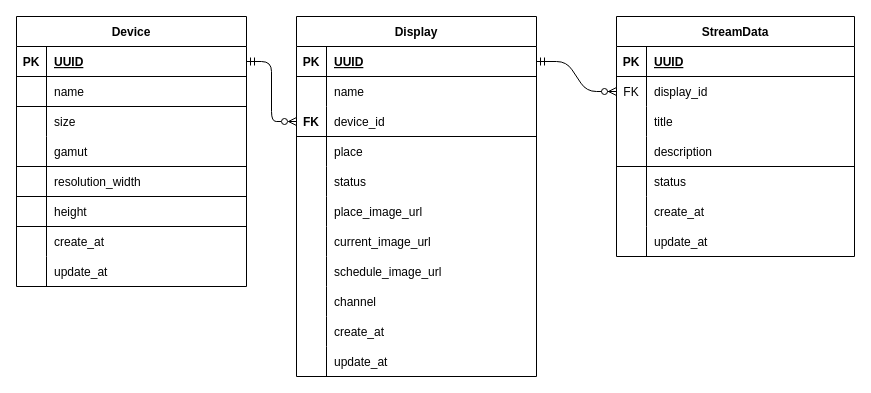
The draw.io diagram display_er_model.drawio in monosparta/borrow_meetingroom_display, before the edit. Source tidied: cells renumbered, new cells numbered last; positions are measured from the earlier drawing's top-left corner, leaving out a move shared by most shapes. Both pictures are drawn from the tidied source at 100%, with x=0, y=0 at pixel (16, 16).
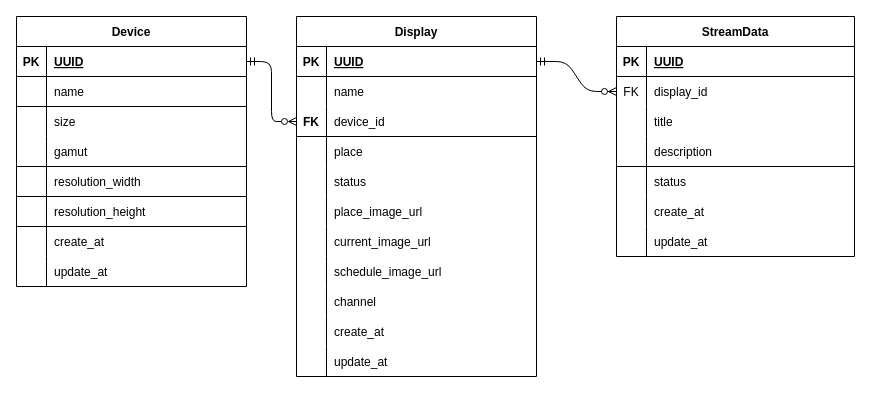
The same page after the edit.

Commit message:
fix: missing resolution

The change refers to these unchanged cells:
```xml
<mxCell id="75" style="shape=tableRow;horizontal=0;startSize=0;swimlaneHead=0;swimlaneBody=0;fillColor=none;top=0;left=0;right=0;bottom=1;fontColor=default;" parent="59" vertex="1">
  <mxGeometry y="180" width="230" height="30" as="geometry" />
</mxCell>
```

What changed in the source:
```diff
@@
-    <mxCell id="77" value="height" style="shape=partialRectangle;fillColor=none;top=0;left=0;bottom=0;right=0;align=left;spacingLeft=6;fontStyle=0;overflow=hidden;fontColor=default;" parent="75" vertex="1">
+    <mxCell id="77" value="resolution_height" style="shape=partialRectangle;fillColor=none;top=0;left=0;bottom=0;right=0;align=left;spacingLeft=6;fontStyle=0;overflow=hidden;fontColor=default;" parent="75" vertex="1">
       <mxGeometry x="30" width="200" height="30" as="geometry" />
     </mxCell>
```
